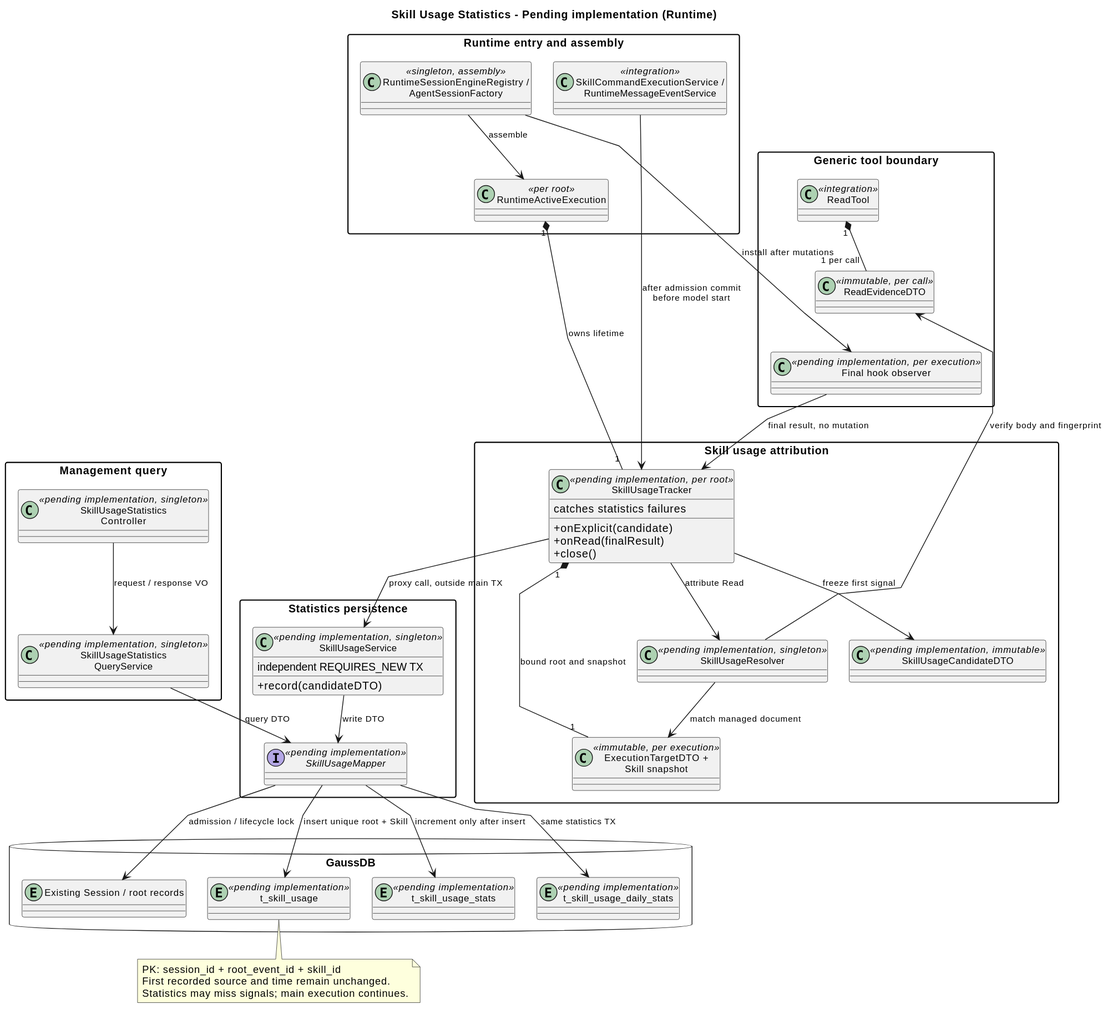
Before: 04-命令与技能/03-Skill加载统计/skill_load_statistics_classes.svg, a diagram exported from PlantUML (ssm0808/pi-mono-java-design).
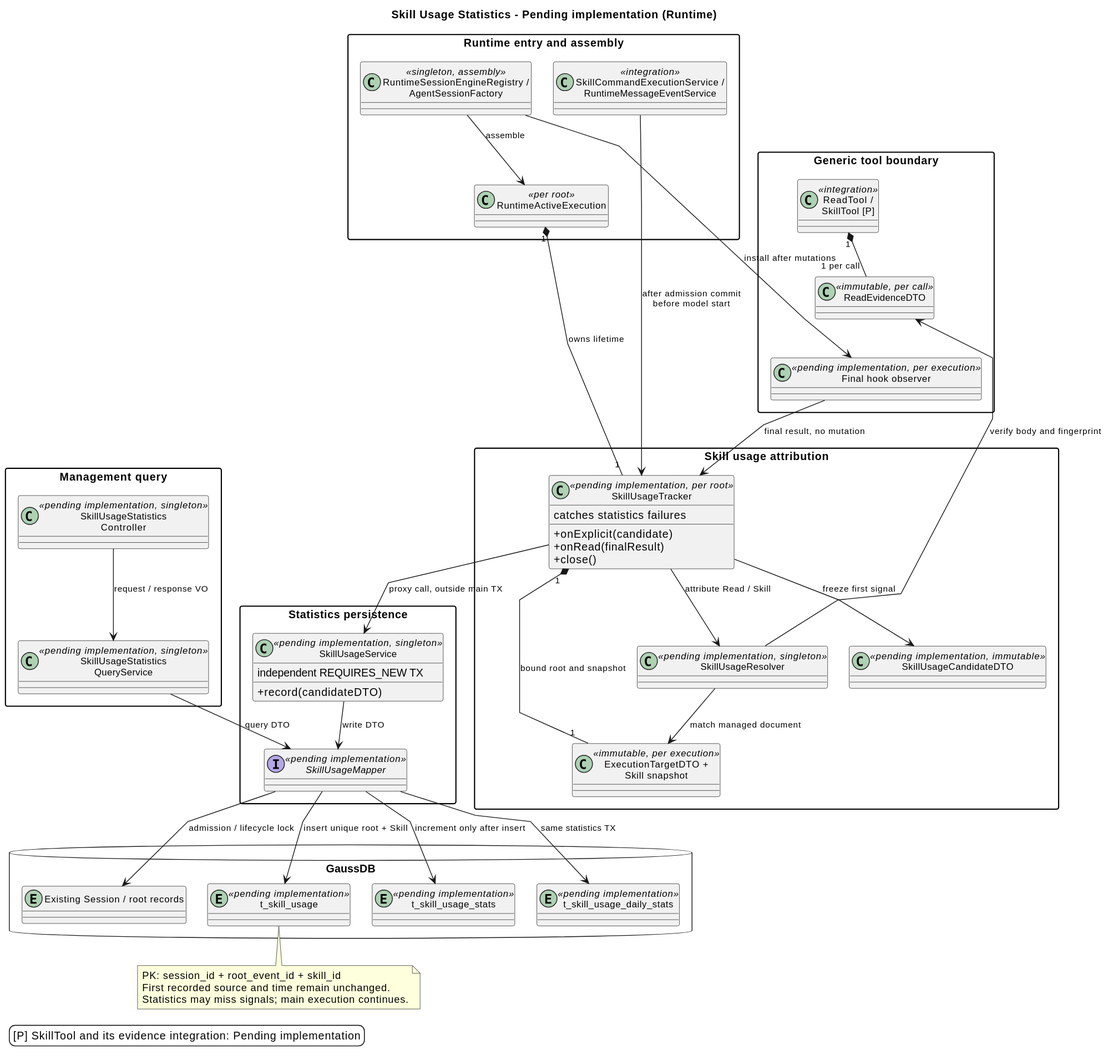
Later version of the same file.

Change to the diagram source:
```diff
@@ -18,7 +18,7 @@
   class "RuntimeSessionEngineRegistry /\nAgentSessionFactory" as Factory <<singleton, assembly>>
 }
 package "Generic tool boundary" {
-  class "ReadTool" as Read <<integration>>
+  class "ReadTool /\nSkillTool [P]" as Read <<integration>>
   class "ReadEvidenceDTO" as Evidence <<immutable, per call>>
   class "Final hook observer" as Observer <<pending implementation, per execution>>
 }
@@ -60,7 +60,7 @@
 Evidence -[hidden]down-> Observer
 Execution -[hidden]right-> Read
 Observer --> Tracker : final result, no mutation
-Tracker --> Resolver : attribute Read
+Tracker --> Resolver : attribute Read / Skill
 Resolver -[norank]-> Evidence : verify body and fingerprint
 Resolver --> Snapshot : match managed document
 Tracker --> Candidate : freeze first signal
@@ -77,4 +77,7 @@
   First recorded source and time remain unchanged.
   Statistics may miss signals; main execution continues.
 end note
+legend bottom left
+  [P] SkillTool and its evidence integration: Pending implementation
+endlegend
 @enduml
```
